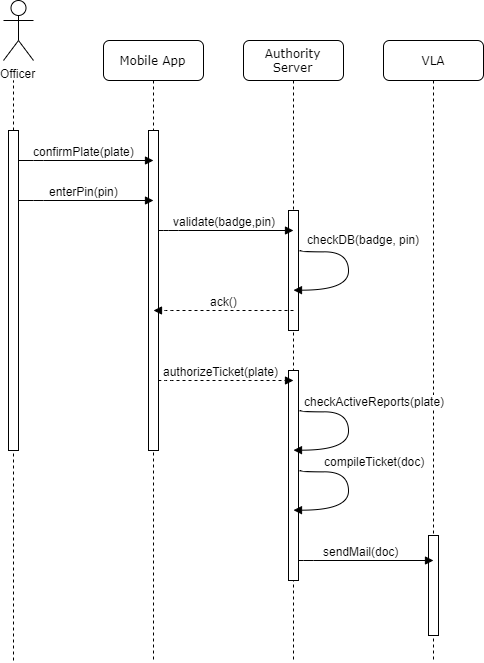
marcuz1996/Software-Engineering-Project keeps this draw.io diagram as RASD/Images/automated_ticket.png. Above is the earlier version. Source tidied: cells renumbered, new cells last; positions are measured from the earlier drawing's top-left corner, leaving out a move shared by most shapes.
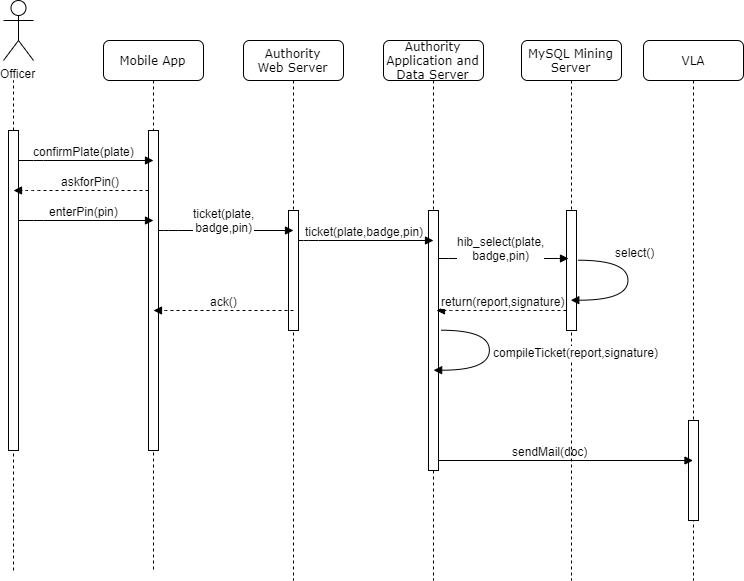
After the change.

The edit, as a diff of the source:
```diff
@@ -3,10 +3,13 @@
     <mxCell id="0" />
     <mxCell id="1" parent="0" />
     <mxCell id="2" value="VLA" style="shape=umlLifeline;perimeter=lifelinePerimeter;whiteSpace=wrap;html=1;outlineConnect=0;rounded=1;shadow=0;comic=0;labelBackgroundColor=none;strokeColor=#000000;strokeWidth=1;fillColor=#FFFFFF;fontFamily=Verdana;fontSize=12;fontColor=#000000;align=center;" parent="1" vertex="1">
-      <mxGeometry x="380" y="40" width="100" height="620" as="geometry" />
+      <mxGeometry x="640" y="40" width="100" height="540" as="geometry" />
     </mxCell>
+    <mxCell id="13" style="html=1;points=[];perimeter=orthogonalPerimeter;rounded=0;shadow=0;comic=0;labelBackgroundColor=none;strokeColor=#000000;strokeWidth=1;fillColor=#FFFFFF;fontFamily=Verdana;fontSize=12;fontColor=#000000;align=center;" parent="2" vertex="1">
+      <mxGeometry x="45" y="380" width="10" height="100" as="geometry" />
+    </mxCell>
     <mxCell id="3" value="Mobile App" style="shape=umlLifeline;perimeter=lifelinePerimeter;whiteSpace=wrap;html=1;rounded=1;shadow=0;comic=0;labelBackgroundColor=none;strokeColor=#000000;strokeWidth=1;fillColor=#FFFFFF;fontFamily=Verdana;fontSize=12;fontColor=#000000;align=center;" parent="1" vertex="1">
-      <mxGeometry x="100" y="40" width="100" height="620" as="geometry" />
+      <mxGeometry x="100" y="40" width="100" height="530" as="geometry" />
     </mxCell>
     <mxCell id="4" style="html=1;perimeter=orthogonalPerimeter;rounded=0;shadow=0;comic=0;labelBackgroundColor=none;strokeColor=#000000;strokeWidth=1;fillColor=#FFFFFF;fontFamily=Verdana;fontSize=12;fontColor=#000000;align=center;" parent="3" vertex="1">
       <mxGeometry x="45" y="90" width="10" height="320" as="geometry" />
@@ -24,32 +27,20 @@
     </mxCell>
     <mxCell id="8" style="endArrow=none;dashed=1;html=1;" parent="1" edge="1" target="7">
       <mxGeometry relative="1" as="geometry">
-        <mxPoint x="10" y="660" as="sourcePoint" />
+        <mxPoint x="10" y="570" as="sourcePoint" />
       </mxGeometry>
     </mxCell>
-    <mxCell id="9" value="Authority&lt;br&gt;Server" style="shape=umlLifeline;perimeter=lifelinePerimeter;whiteSpace=wrap;html=1;rounded=1;shadow=0;comic=0;labelBackgroundColor=none;strokeColor=#000000;strokeWidth=1;fillColor=#FFFFFF;fontFamily=Verdana;fontSize=12;fontColor=#000000;align=center;" parent="1" vertex="1">
-      <mxGeometry x="240" y="40" width="100" height="620" as="geometry" />
+    <mxCell id="9" value="Authority&lt;br&gt;Web Server" style="shape=umlLifeline;perimeter=lifelinePerimeter;whiteSpace=wrap;html=1;rounded=1;shadow=0;comic=0;labelBackgroundColor=none;strokeColor=#000000;strokeWidth=1;fillColor=#FFFFFF;fontFamily=Verdana;fontSize=12;fontColor=#000000;align=center;" parent="1" vertex="1">
+      <mxGeometry x="240" y="40" width="100" height="540" as="geometry" />
     </mxCell>
-    <mxCell id="10" style="html=1;perimeter=orthogonalPerimeter;rounded=0;shadow=0;comic=0;labelBackgroundColor=none;strokeColor=#000000;strokeWidth=1;fillColor=#FFFFFF;fontFamily=Verdana;fontSize=12;fontColor=#000000;align=center;" parent="9" vertex="1">
-      <mxGeometry x="45" y="330" width="10" height="210" as="geometry" />
-    </mxCell>
     <mxCell id="11" style="html=1;perimeter=orthogonalPerimeter;rounded=0;shadow=0;comic=0;labelBackgroundColor=none;strokeColor=#000000;strokeWidth=1;fillColor=#FFFFFF;fontFamily=Verdana;fontSize=12;fontColor=#000000;align=center;" parent="9" vertex="1">
       <mxGeometry x="45" y="170" width="10" height="120" as="geometry" />
     </mxCell>
-    <mxCell id="12" style="endArrow=none;dashed=1;html=1;" parent="1" edge="1" source="13">
-      <mxGeometry relative="1" as="geometry">
-        <mxPoint x="430" y="540" as="targetPoint" />
-      </mxGeometry>
-    </mxCell>
-    <mxCell id="13" style="html=1;points=[];perimeter=orthogonalPerimeter;rounded=0;shadow=0;comic=0;labelBackgroundColor=none;strokeColor=#000000;strokeWidth=1;fillColor=#FFFFFF;fontFamily=Verdana;fontSize=12;fontColor=#000000;align=center;" parent="1" vertex="1">
-      <mxGeometry x="425" y="535" width="10" height="100" as="geometry" />
-    </mxCell>
-    <mxCell id="14" style="html=1;verticalAlign=bottom;endArrow=block;labelBackgroundColor=none;fontFamily=Verdana;fontSize=12;edgeStyle=elbowEdgeStyle;elbow=vertical;" parent="1" edge="1">
+    <mxCell id="14" style="html=1;verticalAlign=bottom;endArrow=block;labelBackgroundColor=none;fontFamily=Verdana;fontSize=12;edgeStyle=elbowEdgeStyle;elbow=vertical;" parent="1" edge="1" target="2">
       <mxGeometry x="-0.92" y="-261" relative="1" as="geometry">
-        <mxPoint x="295" y="560" as="sourcePoint" />
-        <mxPoint x="430" y="560" as="targetPoint" />
+        <mxPoint x="432.5" y="460" as="sourcePoint" />
         <Array as="points">
-          <mxPoint x="300" y="560" />
+          <mxPoint x="437.5" y="460" />
         </Array>
         <mxPoint x="-259" y="-241" as="offset" />
       </mxGeometry>
@@ -76,10 +67,10 @@
     </mxCell>
     <mxCell id="18" style="html=1;verticalAlign=bottom;endArrow=block;labelBackgroundColor=none;fontFamily=Verdana;fontSize=12;edgeStyle=elbowEdgeStyle;elbow=vertical;" parent="1" edge="1">
       <mxGeometry x="-0.92" y="-261" relative="1" as="geometry">
-        <mxPoint x="15" y="200" as="sourcePoint" />
-        <mxPoint x="150" y="200" as="targetPoint" />
+        <mxPoint x="15" y="220" as="sourcePoint" />
+        <mxPoint x="150" y="220" as="targetPoint" />
         <Array as="points">
-          <mxPoint x="30" y="200" />
+          <mxPoint x="30" y="220" />
         </Array>
         <mxPoint x="-259" y="-241" as="offset" />
       </mxGeometry>
@@ -99,7 +90,7 @@
         <mxPoint x="-259" y="-241" as="offset" />
       </mxGeometry>
     </mxCell>
-    <mxCell id="21" value="validate(badge,pin)" style="text;html=1;align=center;verticalAlign=middle;labelBackgroundColor=#ffffff;" parent="20" vertex="1">
+    <mxCell id="21" value="ticket(plate,&lt;br&gt;badge,pin)" style="text;html=1;align=center;verticalAlign=middle;labelBackgroundColor=#ffffff;" parent="20" vertex="1">
       <mxGeometry x="-0.14" y="6" relative="1" as="geometry">
         <mxPoint x="6.5" y="-4" as="offset" />
       </mxGeometry>
@@ -119,68 +110,109 @@
         <mxPoint x="-10" y="-16" as="offset" />
       </mxGeometry>
     </mxCell>
-    <mxCell id="24" style="html=1;verticalAlign=bottom;endArrow=block;labelBackgroundColor=none;fontFamily=Verdana;fontSize=12;elbow=vertical;edgeStyle=orthogonalEdgeStyle;curved=1;exitX=1.066;exitY=0.713;exitPerimeter=0;" parent="1" edge="1">
-      <mxGeometry x="1" y="-265" relative="1" as="geometry">
-        <mxPoint x="296.7" y="250.2" as="sourcePoint" />
-        <mxPoint x="290" y="290.2" as="targetPoint" />
-        <Array as="points">
-          <mxPoint x="345.5" y="250.5" />
-          <mxPoint x="345.5" y="289.5" />
-        </Array>
-        <mxPoint x="-264" y="245" as="offset" />
-      </mxGeometry>
-    </mxCell>
-    <mxCell id="25" value="checkDB(badge, pin)" style="text;html=1;align=center;verticalAlign=middle;labelBackgroundColor=#ffffff;" parent="24" vertex="1">
-      <mxGeometry x="-0.11" y="-13" relative="1" as="geometry">
-        <mxPoint x="27" y="-27" as="offset" />
-      </mxGeometry>
-    </mxCell>
-    <mxCell id="26" style="html=1;verticalAlign=bottom;endArrow=block;labelBackgroundColor=none;fontFamily=Verdana;fontSize=12;edgeStyle=elbowEdgeStyle;elbow=vertical;dashed=1;" parent="1" edge="1">
-      <mxGeometry x="-0.92" y="-261" relative="1" as="geometry">
-        <mxPoint x="155" y="380" as="sourcePoint" />
-        <mxPoint x="290" y="380" as="targetPoint" />
-        <Array as="points">
-          <mxPoint x="160" y="380" />
-        </Array>
-        <mxPoint x="-259" y="-241" as="offset" />
-      </mxGeometry>
-    </mxCell>
-    <mxCell id="27" value="authorizeTicket(plate)" style="text;html=1;align=center;verticalAlign=middle;labelBackgroundColor=#ffffff;" parent="26" vertex="1">
-      <mxGeometry x="-0.14" y="6" relative="1" as="geometry">
-        <mxPoint x="3" y="-4" as="offset" />
-      </mxGeometry>
-    </mxCell>
-    <mxCell id="28" style="html=1;verticalAlign=bottom;endArrow=block;labelBackgroundColor=none;fontFamily=Verdana;fontSize=12;elbow=vertical;edgeStyle=orthogonalEdgeStyle;curved=1;exitX=1.066;exitY=0.713;exitPerimeter=0;" parent="1" edge="1">
-      <mxGeometry x="1" y="-265" relative="1" as="geometry">
-        <mxPoint x="296.7" y="410.2" as="sourcePoint" />
-        <mxPoint x="290" y="450.2" as="targetPoint" />
-        <Array as="points">
-          <mxPoint x="345.5" y="411" />
-          <mxPoint x="345.5" y="450" />
-        </Array>
-        <mxPoint x="-264" y="245" as="offset" />
-      </mxGeometry>
-    </mxCell>
-    <mxCell id="29" value="checkActiveReports(plate)" style="text;html=1;align=center;verticalAlign=middle;labelBackgroundColor=#ffffff;" parent="28" vertex="1">
-      <mxGeometry x="-0.11" y="-13" relative="1" as="geometry">
-        <mxPoint x="38" y="-24.5" as="offset" />
-      </mxGeometry>
-    </mxCell>
-    <mxCell id="30" style="html=1;verticalAlign=bottom;endArrow=block;labelBackgroundColor=none;fontFamily=Verdana;fontSize=12;elbow=vertical;edgeStyle=orthogonalEdgeStyle;curved=1;exitX=1.066;exitY=0.713;exitPerimeter=0;" parent="1" edge="1">
-      <mxGeometry x="1" y="-265" relative="1" as="geometry">
-        <mxPoint x="296.7" y="470.2" as="sourcePoint" />
-        <mxPoint x="290" y="510.2" as="targetPoint" />
-        <Array as="points">
-          <mxPoint x="345.5" y="471.5" />
-          <mxPoint x="345.5" y="510.5" />
-        </Array>
-        <mxPoint x="-264" y="245" as="offset" />
-      </mxGeometry>
-    </mxCell>
-    <mxCell id="31" value="compileTicket(doc)" style="text;html=1;align=center;verticalAlign=middle;labelBackgroundColor=#ffffff;" parent="30" vertex="1">
-      <mxGeometry x="-0.11" y="-13" relative="1" as="geometry">
-        <mxPoint x="38" y="-24.5" as="offset" />
-      </mxGeometry>
-    </mxCell>
+    <mxCell id="32" value="Authority Application and Data Server" style="shape=umlLifeline;perimeter=lifelinePerimeter;whiteSpace=wrap;html=1;rounded=1;shadow=0;comic=0;labelBackgroundColor=none;strokeColor=#000000;strokeWidth=1;fillColor=#FFFFFF;fontFamily=Verdana;fontSize=12;fontColor=#000000;align=center;" parent="1" vertex="1">
+      <mxGeometry x="380" y="40" width="100" height="540" as="geometry" />
+    </mxCell>
+    <mxCell id="33" style="html=1;perimeter=orthogonalPerimeter;rounded=0;shadow=0;comic=0;labelBackgroundColor=none;strokeColor=#000000;strokeWidth=1;fillColor=#FFFFFF;fontFamily=Verdana;fontSize=12;fontColor=#000000;align=center;" parent="32" vertex="1">
+      <mxGeometry x="45" y="170" width="10" height="260" as="geometry" />
+    </mxCell>
+    <mxCell id="34" value="MySQL Mining Server" style="shape=umlLifeline;perimeter=lifelinePerimeter;whiteSpace=wrap;html=1;rounded=1;shadow=0;comic=0;labelBackgroundColor=none;strokeColor=#000000;strokeWidth=1;fillColor=#FFFFFF;fontFamily=Verdana;fontSize=12;fontColor=#000000;align=center;" parent="1" vertex="1">
+      <mxGeometry x="518" y="40" width="100" height="540" as="geometry" />
+    </mxCell>
+    <mxCell id="35" style="html=1;perimeter=orthogonalPerimeter;rounded=0;shadow=0;comic=0;labelBackgroundColor=none;strokeColor=#000000;strokeWidth=1;fillColor=#FFFFFF;fontFamily=Verdana;fontSize=12;fontColor=#000000;align=center;" parent="34" vertex="1">
+      <mxGeometry x="45" y="170" width="10" height="120" as="geometry" />
+    </mxCell>
+    <mxCell id="36" style="html=1;verticalAlign=bottom;endArrow=block;labelBackgroundColor=none;fontFamily=Verdana;fontSize=12;edgeStyle=elbowEdgeStyle;elbow=vertical;" parent="1" edge="1">
+      <mxGeometry x="-0.92" y="-261" relative="1" as="geometry">
+        <mxPoint x="295" y="240" as="sourcePoint" />
+        <mxPoint x="430" y="240" as="targetPoint" />
+        <Array as="points">
+          <mxPoint x="305" y="240" />
+        </Array>
+        <mxPoint x="-259" y="-241" as="offset" />
+      </mxGeometry>
+    </mxCell>
+    <mxCell id="37" value="ticket(plate,badge,pin)" style="text;html=1;align=center;verticalAlign=middle;labelBackgroundColor=#ffffff;" parent="36" vertex="1">
+      <mxGeometry x="-0.14" y="6" relative="1" as="geometry">
+        <mxPoint x="6.5" y="-4" as="offset" />
+      </mxGeometry>
+    </mxCell>
+    <mxCell id="38" style="html=1;verticalAlign=bottom;endArrow=block;labelBackgroundColor=none;fontFamily=Verdana;fontSize=12;edgeStyle=elbowEdgeStyle;elbow=vertical;" parent="1" edge="1">
+      <mxGeometry x="-0.92" y="-261" relative="1" as="geometry">
+        <mxPoint x="435" y="258" as="sourcePoint" />
+        <mxPoint x="565" y="258" as="targetPoint" />
+        <Array as="points">
+          <mxPoint x="440" y="258" />
+        </Array>
+        <mxPoint x="-259" y="-241" as="offset" />
+      </mxGeometry>
+    </mxCell>
+    <mxCell id="39" value="hib_select(plate,&lt;br&gt;badge,pin)" style="text;html=1;align=center;verticalAlign=middle;labelBackgroundColor=#ffffff;" parent="38" vertex="1">
+      <mxGeometry x="-0.14" y="6" relative="1" as="geometry">
+        <mxPoint x="6.5" y="-4" as="offset" />
+      </mxGeometry>
+    </mxCell>
+    <mxCell id="40" style="html=1;verticalAlign=bottom;endArrow=block;labelBackgroundColor=none;fontFamily=Verdana;fontSize=12;elbow=vertical;edgeStyle=orthogonalEdgeStyle;curved=1;exitX=1.066;exitY=0.713;exitPerimeter=0;" parent="1" edge="1">
+      <mxGeometry x="1" y="-265" relative="1" as="geometry">
+        <mxPoint x="574.3" y="259.7" as="sourcePoint" />
+        <mxPoint x="567.7" y="299.7" as="targetPoint" />
+        <Array as="points">
+          <mxPoint x="624" y="260" />
+          <mxPoint x="624" y="300" />
+        </Array>
+        <mxPoint x="-264" y="245" as="offset" />
+      </mxGeometry>
+    </mxCell>
+    <mxCell id="41" value="select()" style="text;html=1;align=center;verticalAlign=middle;labelBackgroundColor=#ffffff;" parent="40" vertex="1">
+      <mxGeometry x="-0.11" y="-13" relative="1" as="geometry">
+        <mxPoint x="19.5" y="-24.5" as="offset" />
+      </mxGeometry>
+    </mxCell>
+    <mxCell id="42" style="html=1;verticalAlign=bottom;endArrow=block;labelBackgroundColor=none;fontFamily=Verdana;fontSize=12;edgeStyle=elbowEdgeStyle;elbow=vertical;dashed=1;" parent="1" edge="1">
+      <mxGeometry x="-0.92" y="-261" relative="1" as="geometry">
+        <mxPoint x="563" y="310" as="sourcePoint" />
+        <mxPoint x="433" y="310" as="targetPoint" />
+        <Array as="points">
+          <mxPoint x="438" y="310" />
+        </Array>
+        <mxPoint x="-259" y="-241" as="offset" />
+      </mxGeometry>
+    </mxCell>
+    <mxCell id="43" value="return(report,signature)" style="text;html=1;align=center;verticalAlign=middle;labelBackgroundColor=#ffffff;" parent="42" vertex="1">
+      <mxGeometry x="-0.14" y="6" relative="1" as="geometry">
+        <mxPoint x="-8.5" y="-16" as="offset" />
+      </mxGeometry>
+    </mxCell>
+    <mxCell id="44" style="html=1;verticalAlign=bottom;endArrow=block;labelBackgroundColor=none;fontFamily=Verdana;fontSize=12;elbow=vertical;edgeStyle=orthogonalEdgeStyle;curved=1;exitX=1.066;exitY=0.713;exitPerimeter=0;" parent="1" edge="1">
+      <mxGeometry x="1" y="-265" relative="1" as="geometry">
+        <mxPoint x="436.7" y="330.2" as="sourcePoint" />
+        <mxPoint x="430" y="370.2" as="targetPoint" />
+        <Array as="points">
+          <mxPoint x="486" y="330" />
+          <mxPoint x="486" y="370" />
+        </Array>
+        <mxPoint x="-264" y="245" as="offset" />
+      </mxGeometry>
+    </mxCell>
+    <mxCell id="45" value="compileTicket(report,signature)" style="text;html=1;align=center;verticalAlign=middle;labelBackgroundColor=#ffffff;" parent="44" vertex="1">
+      <mxGeometry x="-0.11" y="-13" relative="1" as="geometry">
+        <mxPoint x="99" y="5.5" as="offset" />
+      </mxGeometry>
+    </mxCell>
+    <mxCell id="46" style="html=1;verticalAlign=bottom;endArrow=block;labelBackgroundColor=none;fontFamily=Verdana;fontSize=12;edgeStyle=elbowEdgeStyle;elbow=vertical;dashed=1;" parent="1" edge="1">
+      <mxGeometry x="-0.92" y="-261" relative="1" as="geometry">
+        <mxPoint x="145" y="190" as="sourcePoint" />
+        <mxPoint x="10" y="190" as="targetPoint" />
+        <Array as="points">
+          <mxPoint x="25" y="190" />
+        </Array>
+        <mxPoint x="-259" y="-241" as="offset" />
+      </mxGeometry>
+    </mxCell>
+    <mxCell id="47" value="askforPin()" style="text;html=1;align=center;verticalAlign=middle;labelBackgroundColor=#ffffff;direction=south;" parent="46" vertex="1">
+      <mxGeometry x="-0.14" y="6" relative="1" as="geometry">
+        <mxPoint x="-0.5" y="-16" as="offset" />
+      </mxGeometry>
+    </mxCell>
   </root>
 </mxGraphModel>
```
